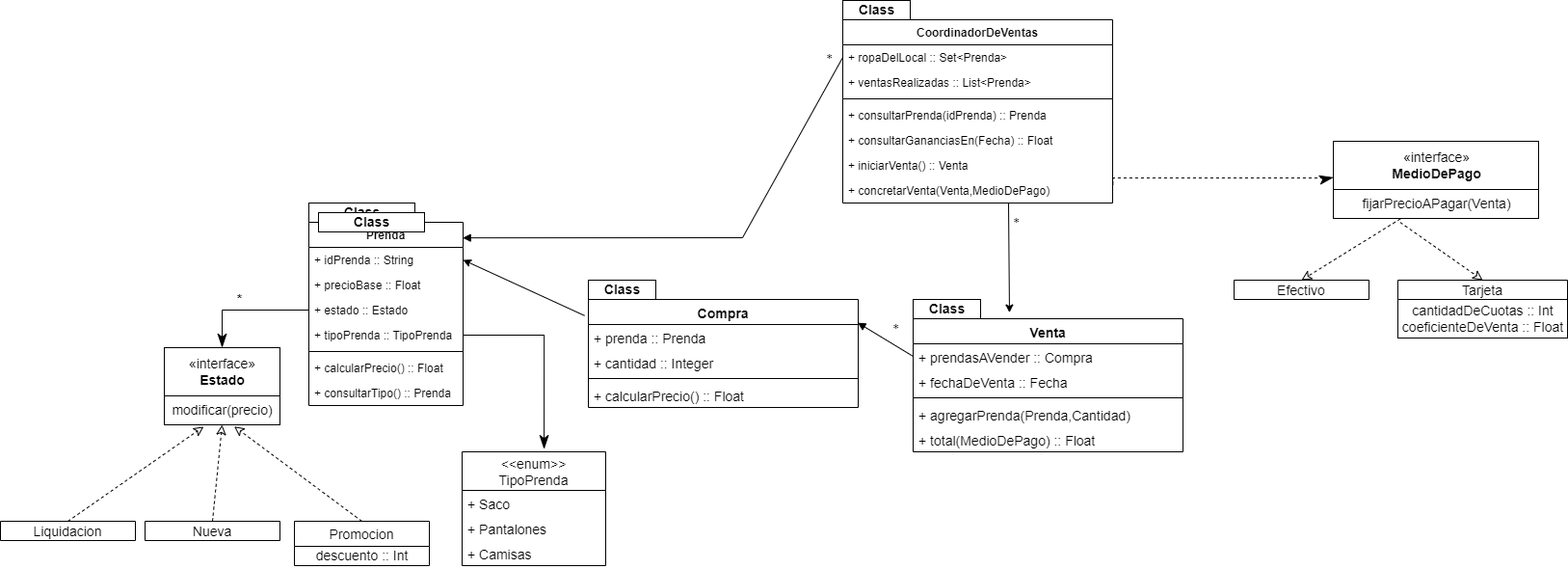
This is Ej I.drawio.png from nullspace1/macowinsPrimeraIteracion, a draw.io export, as it was before one commit. Source tidied: cells renumbered, new cells last; positions are measured from the earlier drawing's top-left corner, leaving out a move shared by most shapes.
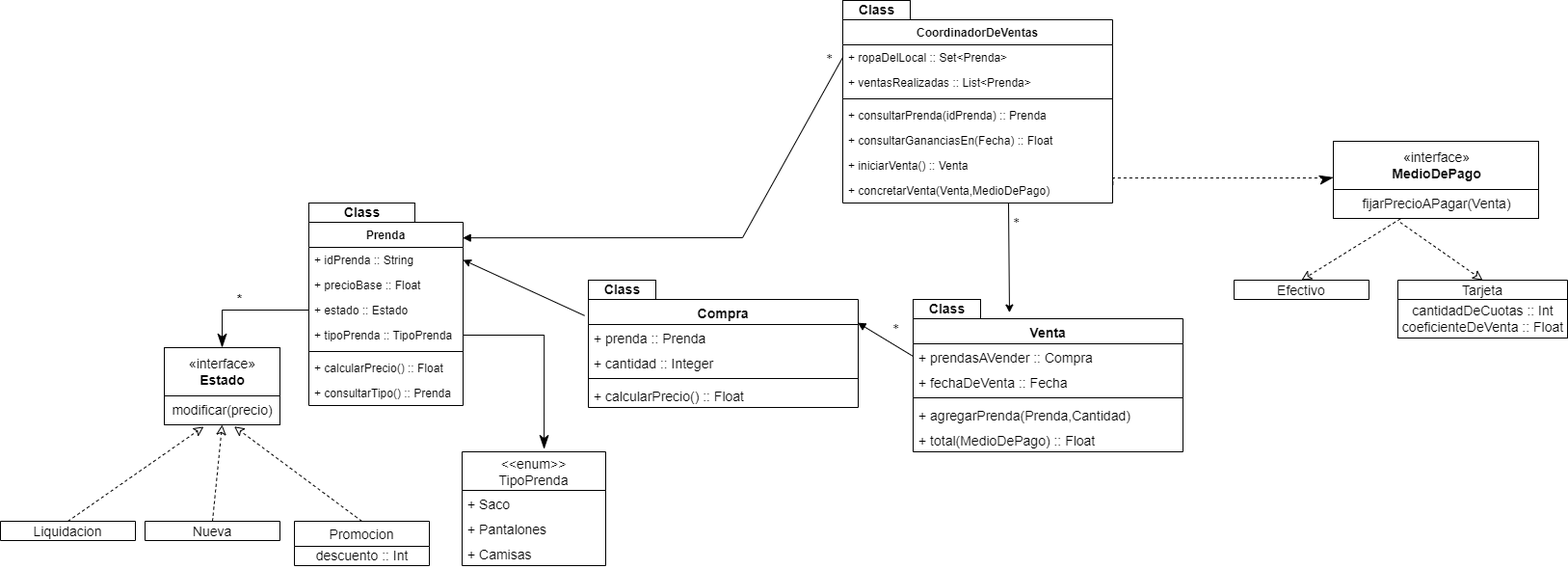
The same diagram one commit later.

What changed in the source:
```diff
@@ -194,9 +194,6 @@
     <mxCell id="60" style="endArrow=classic;html=1;rounded=0;entryX=1;entryY=0.5;entryDx=0;entryDy=0;exitX=-0.014;exitY=0.15;exitDx=0;exitDy=0;exitPerimeter=0;" parent="1" edge="1" source="55" target="11">
       <mxGeometry relative="1" as="geometry" />
     </mxCell>
-    <mxCell id="61" value="&lt;b&gt;Class&lt;/b&gt;" style="html=1;fontSize=14;" parent="1" vertex="1">
-      <mxGeometry x="330" y="220" width="110" height="20" as="geometry" />
-    </mxCell>
     <mxCell id="62" value="&lt;b&gt;Class&lt;/b&gt;" style="html=1;fontSize=14;" parent="1" vertex="1">
       <mxGeometry x="610" y="290" width="70" height="20" as="geometry" />
     </mxCell>
```
